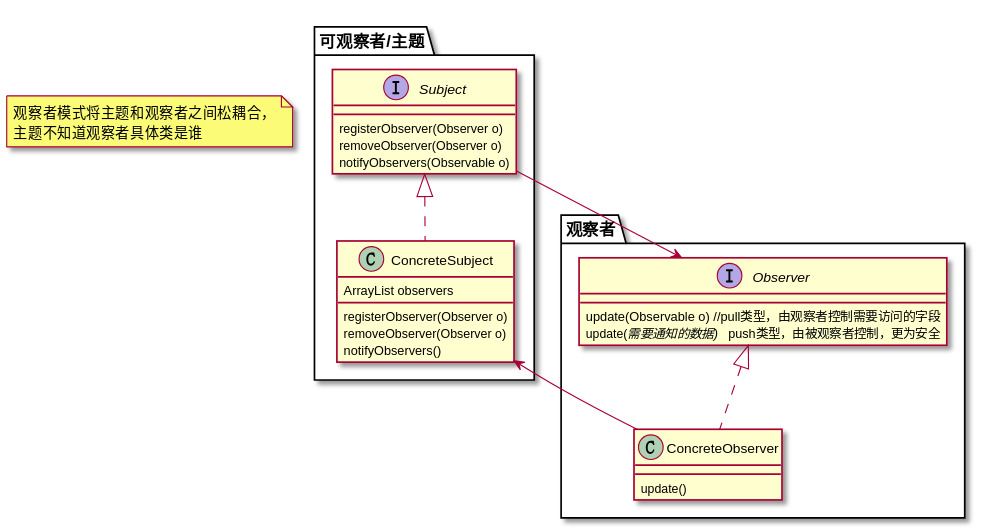
zzbb1199/HeadFirst keeps this PlantUML diagram as pattern_umls/observer/observer_uml.svg. Above is the earlier version.
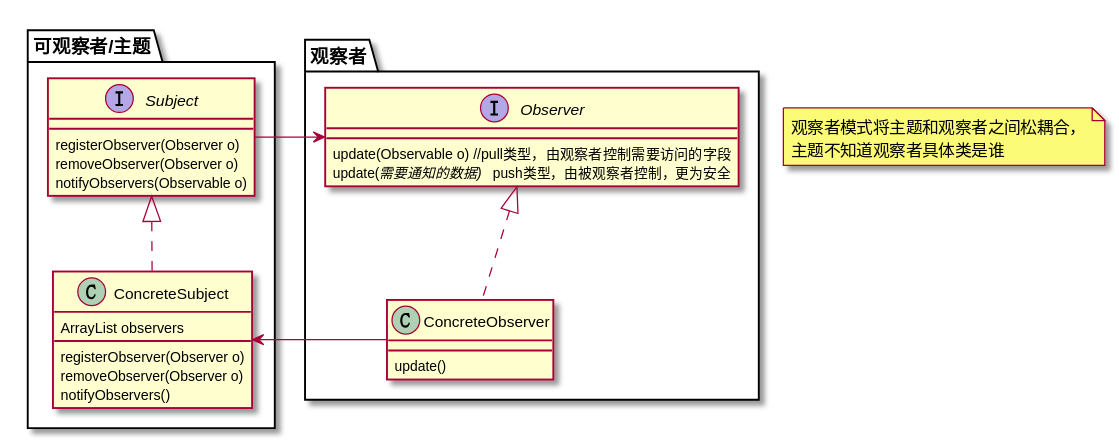
Later version of the same file.

The edit, as a diff of the source:
```diff
@@ -31,8 +31,8 @@
     Observer<|.. ConcreteObserver
 }
 
-Subject --> Observer
-ConcreteSubject <-- ConcreteObserver
+Subject -> Observer
+ConcreteSubject <- ConcreteObserver
 
 note as N1
     观察者模式将主题和观察者之间松耦合，
```
